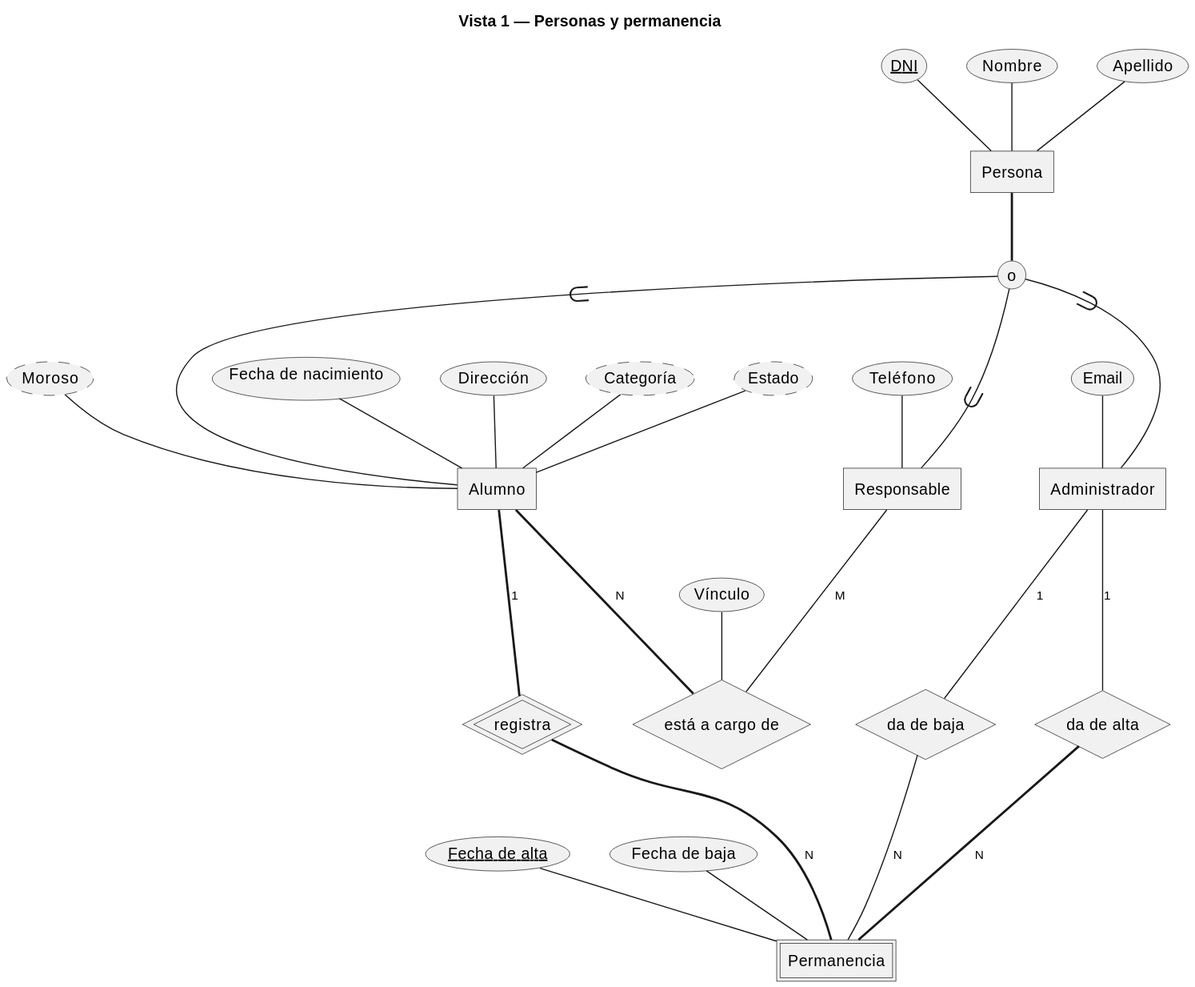
Earlier version of the PlantUML export docs/entidades-relaciones-cardinalidad/vistas/1-personas.svg (Marigi84/rojas-fc-gestion). Source of this version:
```plantuml
@startchen
title Vista 1 — Personas y permanencia

entity "Persona" as PERSONA {
  "DNI" as P_DNI <<key>>
  "Nombre" as P_NOM
  "Apellido" as P_APE
}
entity "Alumno" as ALUMNO {
  "Fecha de nacimiento" as A_FN
  "Dirección" as A_DIR
  "Categoría" as A_CAT <<derived>>
  "Estado" as A_EST <<derived>>
  "Moroso" as A_MOR <<derived>>
}
entity "Responsable" as RESPONSABLE {
  "Teléfono" as R_TEL
}
entity "Administrador" as ADMIN {
  "Email" as AD_MAIL
}
PERSONA =>= o { ALUMNO, RESPONSABLE, ADMIN }

relationship "está a cargo de" as TIENE {
  "Vínculo" as T_VINC
}
ALUMNO =N= TIENE
RESPONSABLE -M- TIENE

entity "Permanencia" as PERM <<weak>> {
  "~~Fecha de alta~~" as PM_FA
  "Fecha de baja" as PM_FB
}
relationship "registra" as REG_PERM <<identifying>> {
}
ALUMNO =1= REG_PERM
REG_PERM =N= PERM

relationship "da de alta" as ALTA {
}
ADMIN -1- ALTA
ALTA =N= PERM
relationship "da de baja" as BAJA {
}
ADMIN -1- BAJA
BAJA -N- PERM
@endchen
```
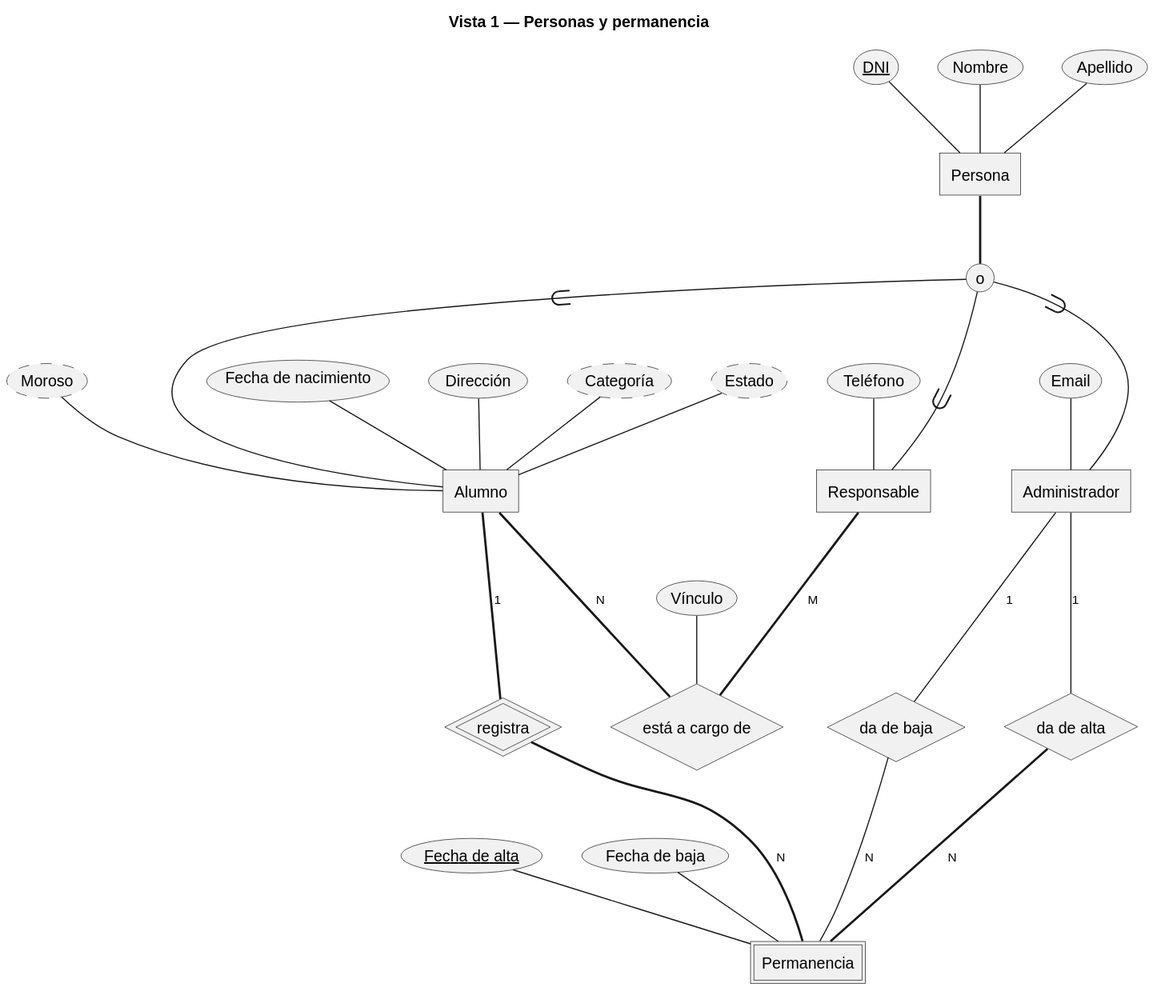
After the commit.

Commit message:
docs: ajustar DER conceptual segun lo acordado en issue 22 (responsable total, RN-14, decisiones de modelado)

The edit, as a diff of the source:
```diff
@@ -25,7 +25,7 @@
   "Vínculo" as T_VINC
 }
 ALUMNO =N= TIENE
-RESPONSABLE -M- TIENE
+RESPONSABLE =M= TIENE
 
 entity "Permanencia" as PERM <<weak>> {
   "~~Fecha de alta~~" as PM_FA
```
